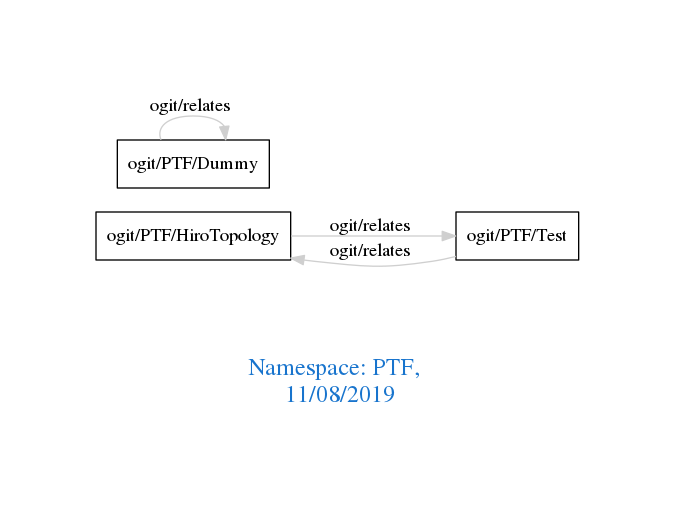
Before: downloads/PTF.png, a diagram exported from Graphviz (arago/OGIT). Its source is kept beside it as downloads/PTF.dot.
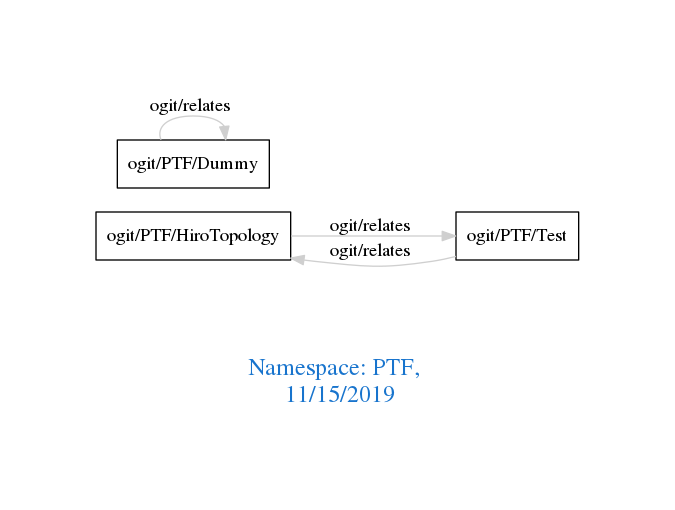
The same file after the commit.

Change to the diagram source:
```diff
@@ -1,7 +1,7 @@
 digraph OGIT_ontology {
  graph [ rankdir= LR,pad=1
 fontsize = 18,
-fontcolor= dodgerblue3,label = "\n\n\nNamespace: PTF, \n 11/08/2019"];
+fontcolor= dodgerblue3,label = "\n\n\nNamespace: PTF, \n 11/15/2019"];
 node[shape=polygon];
 edge [  color="gray81"];
 
```
